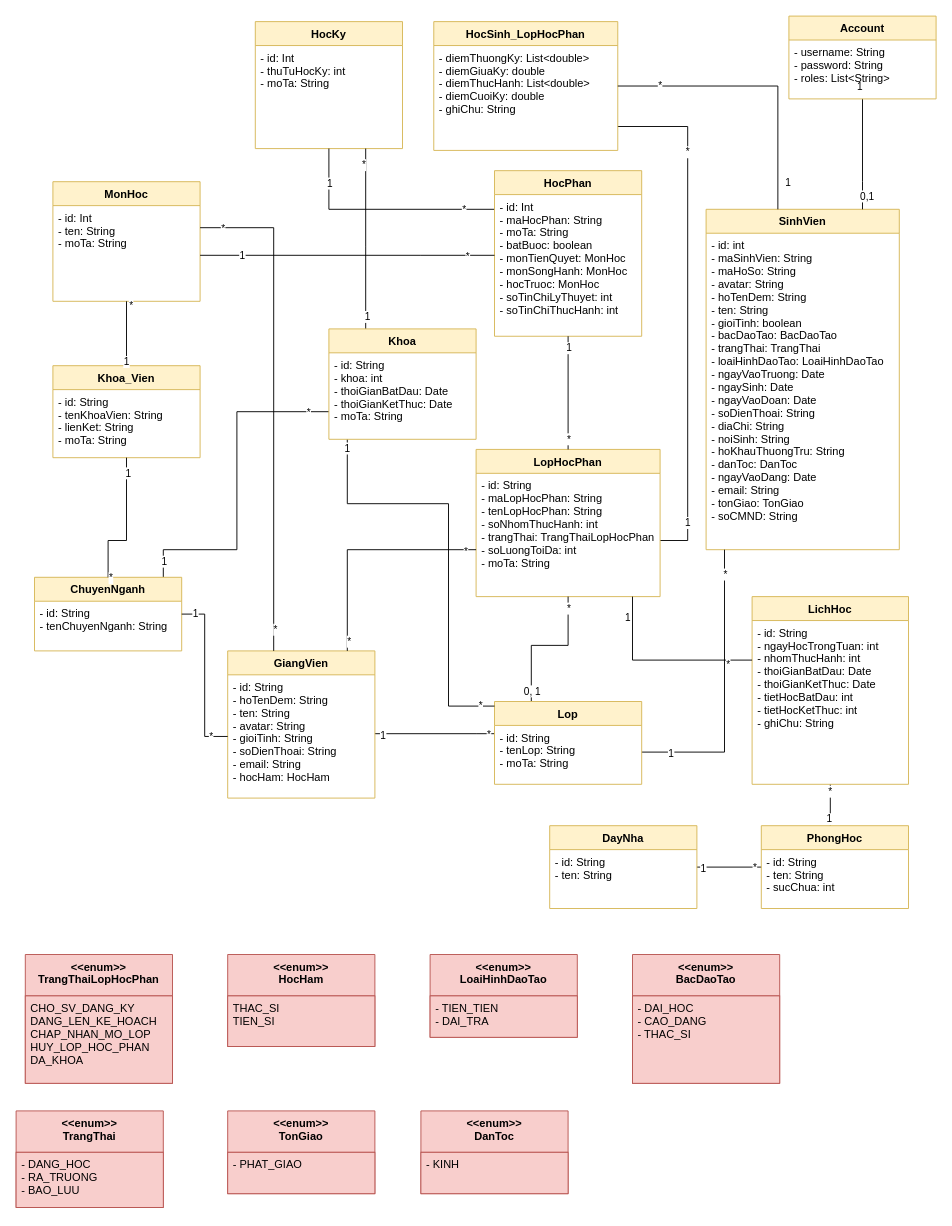
This is CMN_Class.drawio from duchoan6814/Truong-Duc-Hoan, a draw.io file, before an edit. Source tidied: cells renumbered, new cells numbered last; positions are measured from the earlier drawing's top-left corner, leaving out a move shared by most shapes. Both pictures are drawn from the tidied source at 92%, with x=0, y=0 at pixel (16, 16).
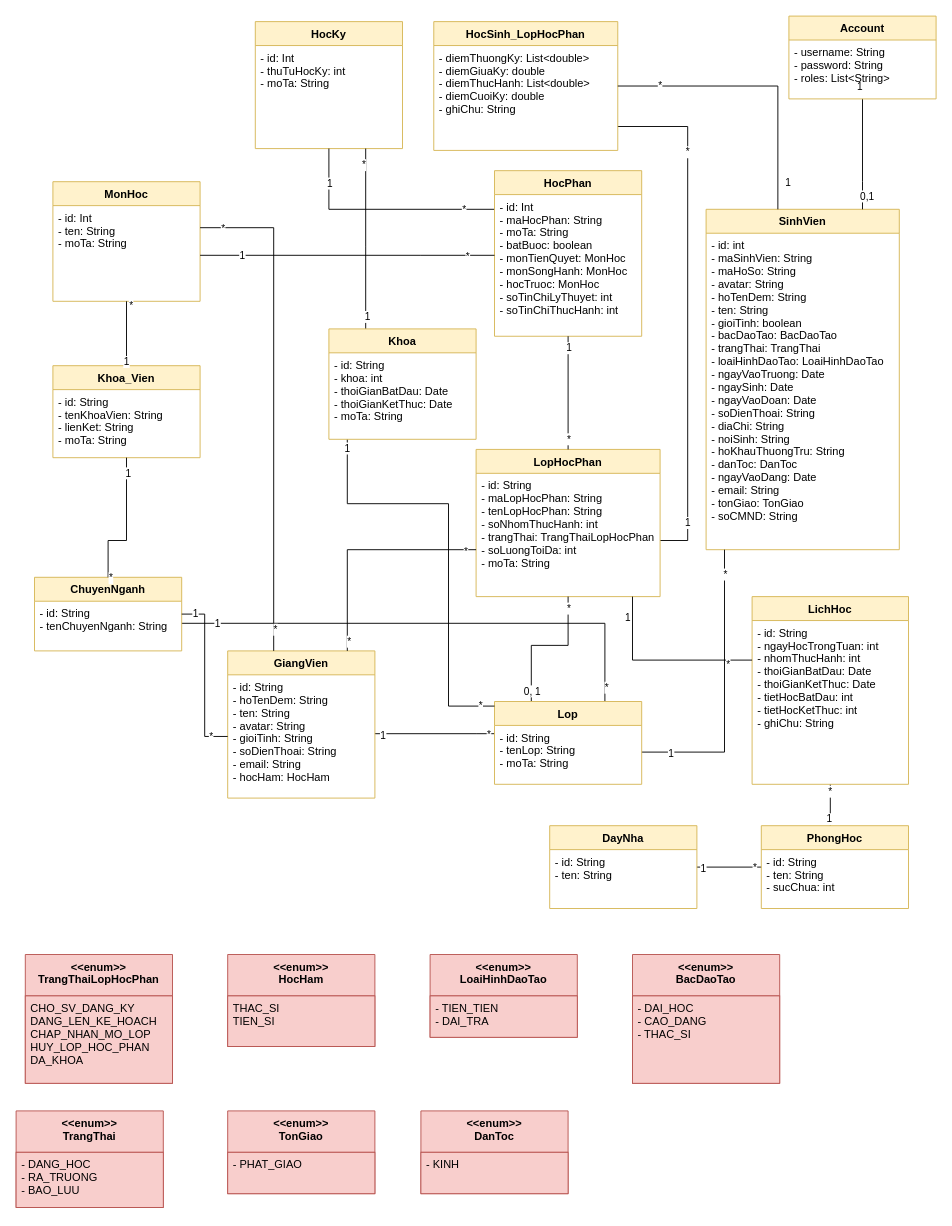
The same page after the edit.

Unchanged cells that the change refers to:
```xml
<mxCell id="9" value="ChuyenNganh" style="swimlane;fontStyle=1;align=center;verticalAlign=top;horizontal=1;startSize=26;fillColor=#fff2cc;strokeColor=#d6b656;" parent="1" vertex="1">
  <mxGeometry x="20" y="610" width="160" height="80" as="geometry" />
</mxCell>
<mxCell id="28" value="Lop" style="swimlane;fontStyle=1;align=center;verticalAlign=top;horizontal=1;startSize=26;fillColor=#fff2cc;strokeColor=#d6b656;" parent="1" vertex="1">
  <mxGeometry x="520" y="745" width="160" height="90" as="geometry" />
</mxCell>
<mxCell id="101" value="Khoa" style="swimlane;fontStyle=1;align=center;verticalAlign=top;horizontal=1;startSize=26;fillColor=#fff2cc;strokeColor=#d6b656;" parent="1" vertex="1">
  <mxGeometry x="340" y="340" width="160" height="120" as="geometry" />
</mxCell>
```

The edit, as a diff of the source:
```diff
@@
-    <mxCell id="6" style="edgeStyle=orthogonalEdgeStyle;rounded=0;jettySize=auto;html=1;endArrow=none;endFill=0;" parent="1" edge="1" source="9" target="101">
-      <mxGeometry relative="1" as="geometry">
-        <Array as="points">
-          <mxPoint x="160" y="580" />
-          <mxPoint x="240" y="580" />
-          <mxPoint x="240" y="430" />
-        </Array>
-      </mxGeometry>
-    </mxCell>
+    <mxCell id="106" style="edgeStyle=orthogonalEdgeStyle;rounded=0;jettySize=auto;html=1;endArrow=none;endFill=0;" parent="1" edge="1" source="9" target="28">
+      <mxGeometry relative="1" as="geometry">
+        <Array as="points">
+          <mxPoint x="640" y="660" />
+        </Array>
+      </mxGeometry>
+    </mxCell>
-    <mxCell id="7" value="1" style="edgeLabel;html=1;align=center;verticalAlign=middle;" parent="6" vertex="1">
-      <mxGeometry x="-0.9" relative="1" as="geometry" />
+    <mxCell id="7" value="1" style="edgeLabel;html=1;align=center;verticalAlign=middle;" parent="106" vertex="1">
+      <mxGeometry x="-0.86" relative="1" as="geometry" />
     </mxCell>
-    <mxCell id="8" value="*" style="edgeLabel;html=1;align=center;verticalAlign=middle;" parent="6" vertex="1">
-      <mxGeometry x="0.87" relative="1" as="geometry" />
+    <mxCell id="8" value="*" style="edgeLabel;html=1;align=center;verticalAlign=middle;" parent="106" vertex="1">
+      <mxGeometry x="0.94" y="1" relative="1" as="geometry" />
     </mxCell>
```
